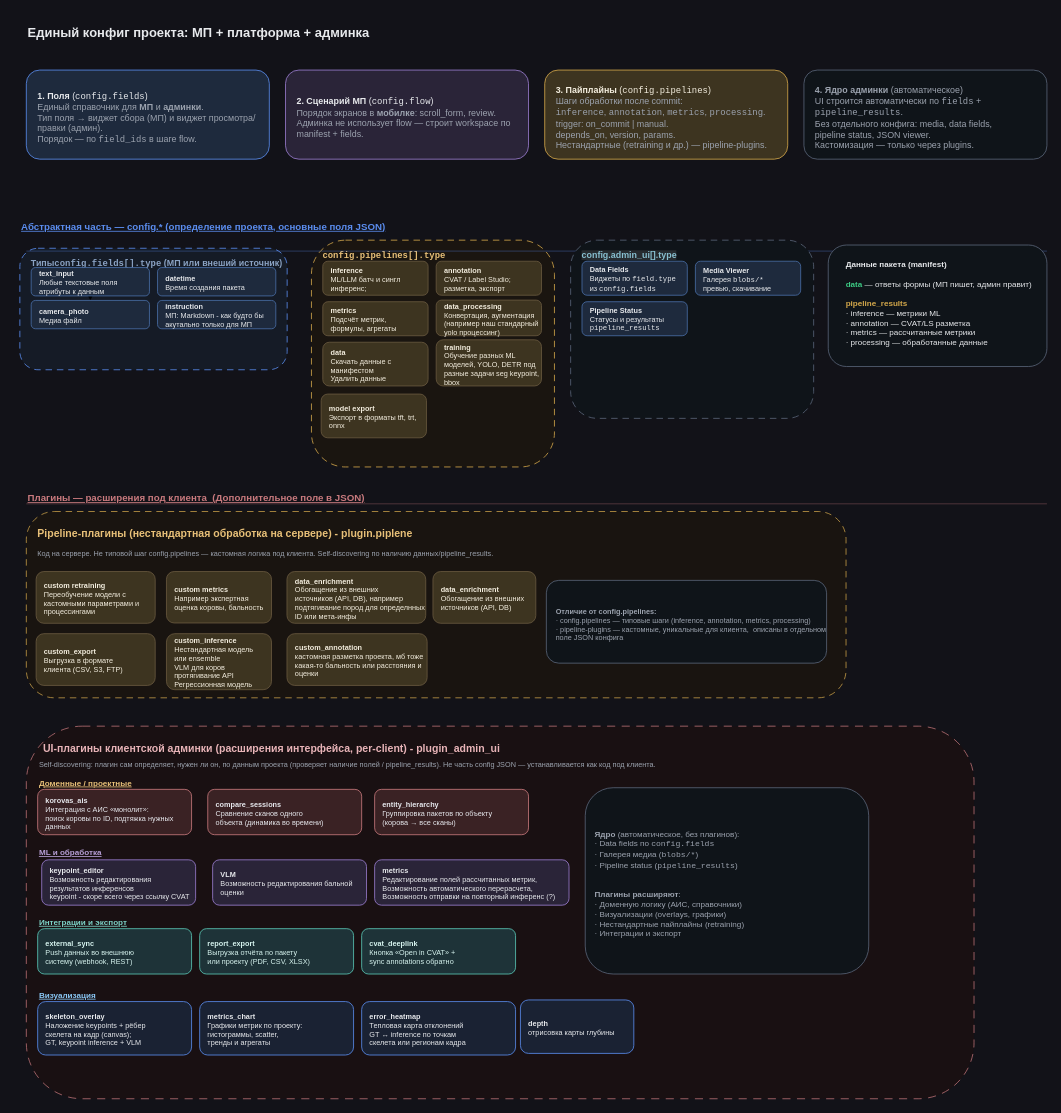
Earlier version of the draw.io diagram page "Единый конфиг — сущности (Путь C)" (1 of 2) of specs/main-scheme/07-unified-config-entities.drawio (epoch8/data-collector). Source tidied: cells renumbered, new cells numbered last; positions are measured from the earlier drawing's top-left corner, leaving out a move shared by most shapes. Both pictures are drawn from the tidied source at 81%, with x=0, y=0 at pixel (19, 19).
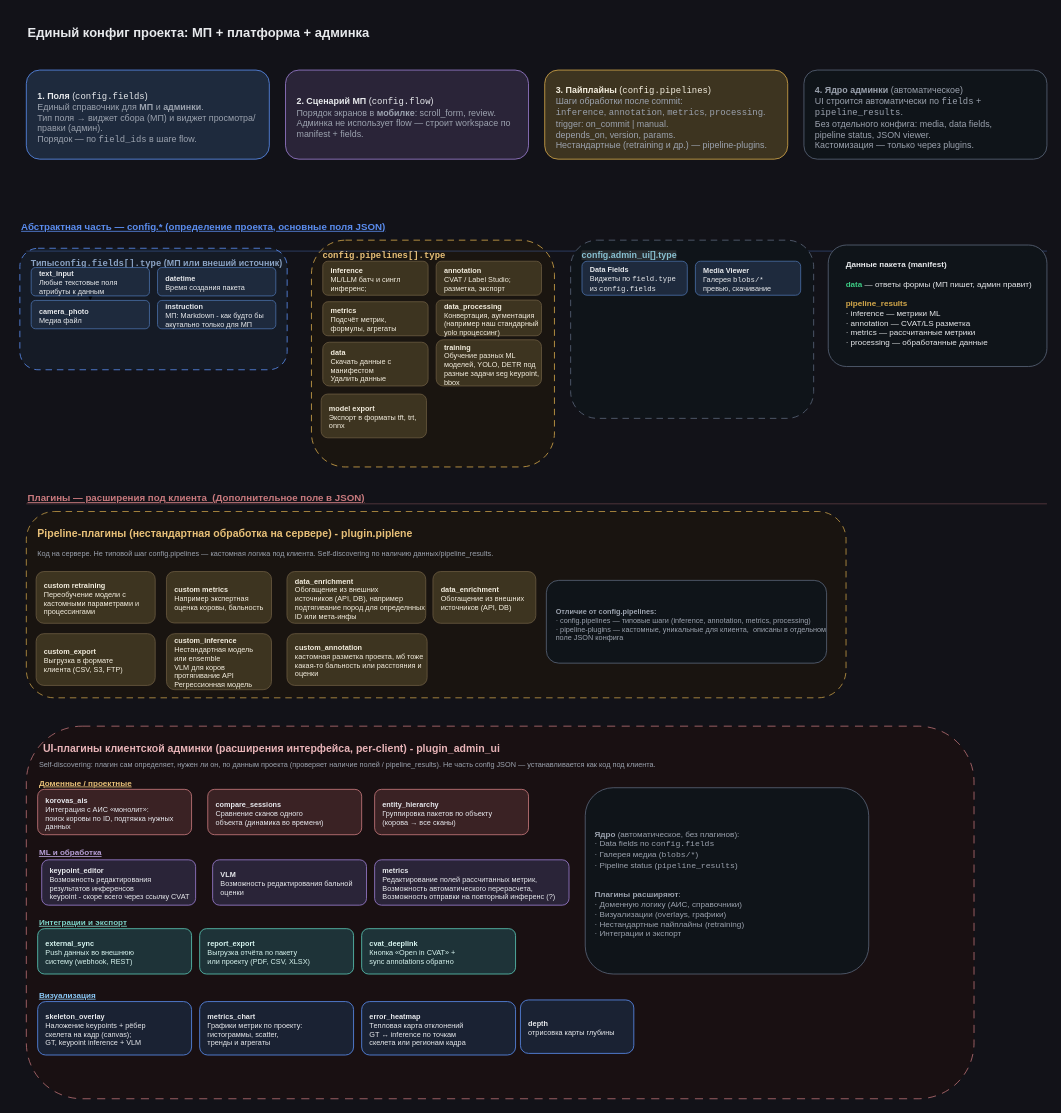
The same diagram, later.

The change refers to these unchanged cells:
```xml
<mxCell id="29" style="group;" parent="19" vertex="1">
  <mxGeometry x="320" width="300" height="220" as="geometry" />
</mxCell>
```

Change to the diagram source:
```diff
@@
-    <mxCell id="34" value="&lt;b&gt;Pipeline Status&lt;/b&gt;&lt;br&gt;Статусы и результаты&lt;br&gt;&lt;code&gt;pipeline_results&lt;/code&gt;" style="rounded=1;whiteSpace=wrap;html=1;align=left;spacingLeft=8;spacingTop=4;fillColor=#1e2a3d;strokeColor=#4a6fa8;fontColor=#E8EAED;fontSize=9;" parent="29" vertex="1">
-      <mxGeometry x="14" y="76" width="130" height="42" as="geometry" />
-    </mxCell>
```
